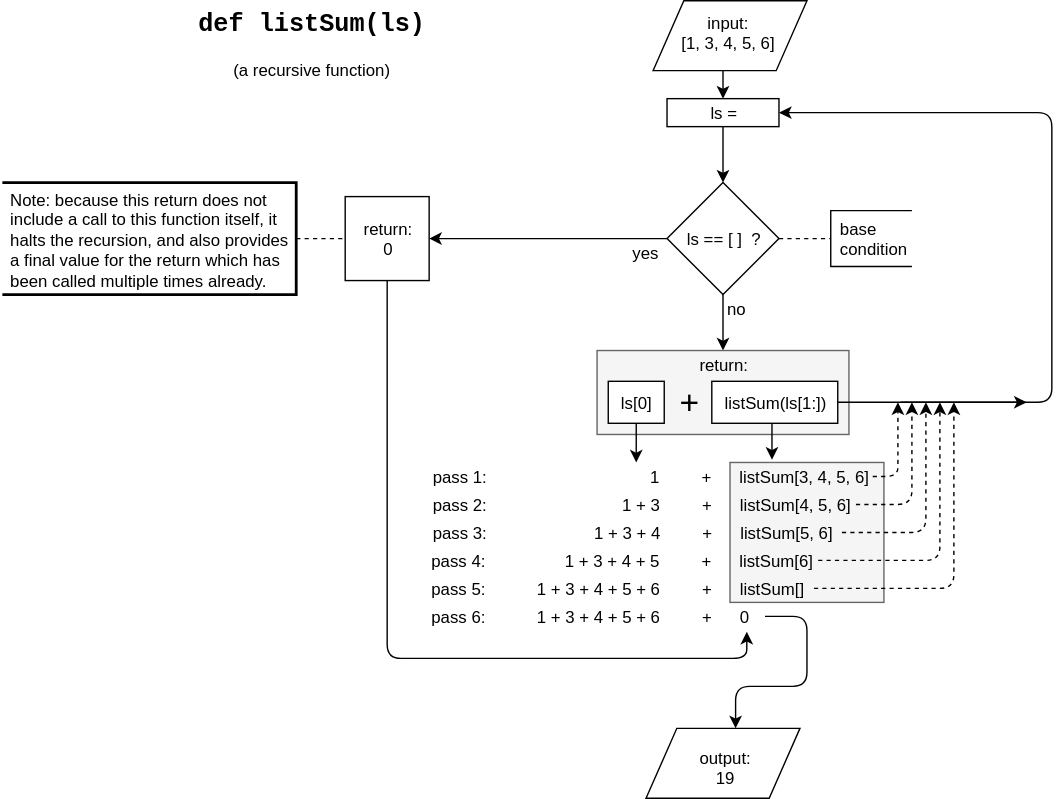
Earlier version of the draw.io export diagrams/recursion1.svg (jinjagit/JupyterNotebooks). Source tidied: cells renumbered, new cells last; positions are measured from the earlier drawing's top-left corner, leaving out a move shared by most shapes.
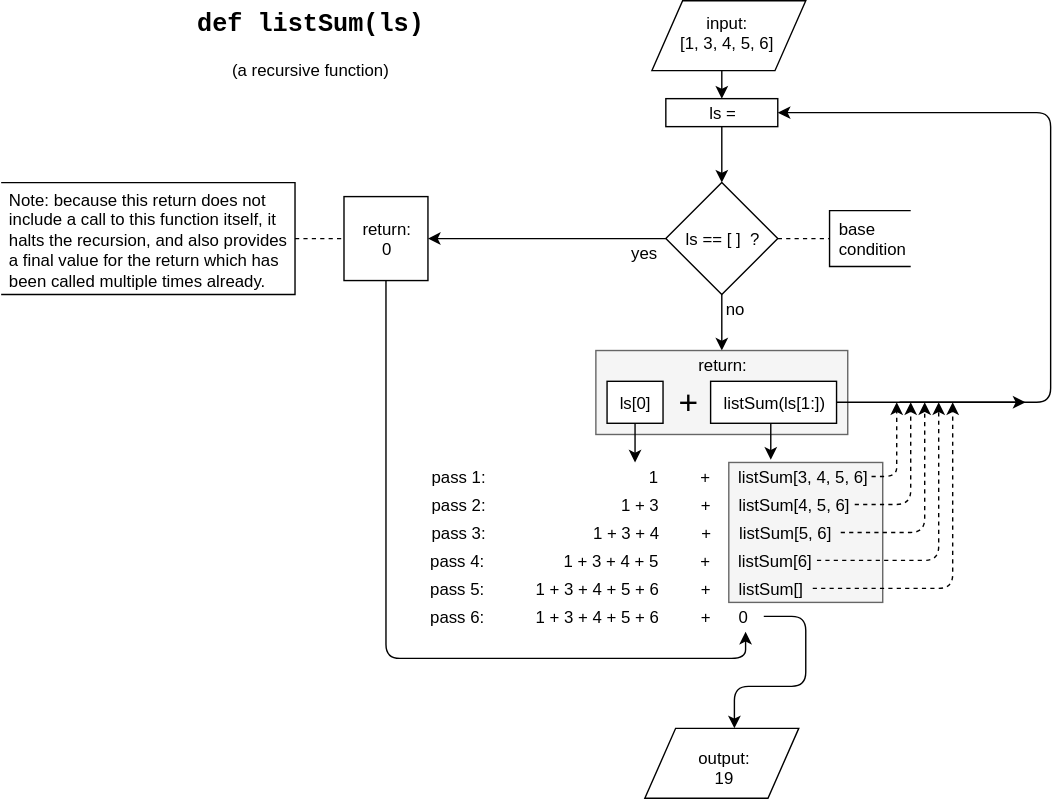
The same diagram one commit later.

Diff of the diagram source:
```diff
@@ -153,7 +153,7 @@
     <mxCell id="41" style="endArrow=none;dashed=1;html=1;exitX=1;exitY=0.5;entryX=0;entryY=0.5;entryPerimeter=0;" parent="1" edge="1" source="8" target="40">
       <mxGeometry relative="1" as="geometry" />
     </mxCell>
-    <mxCell id="42" style="strokeWidth=2;html=1;shape=mxgraph.flowchart.annotation_1;align=left;flipH=1;" parent="1" vertex="1">
+    <mxCell id="42" style="strokeWidth=1;html=1;shape=mxgraph.flowchart.annotation_1;align=left;flipH=1;" parent="1" vertex="1">
       <mxGeometry y="130" width="210" height="80" as="geometry" />
     </mxCell>
     <mxCell id="43" style="endArrow=none;dashed=1;html=1;entryX=0;entryY=0.5;exitX=0;exitY=0.5;exitPerimeter=0;" parent="1" edge="1" source="42" target="31">
```
